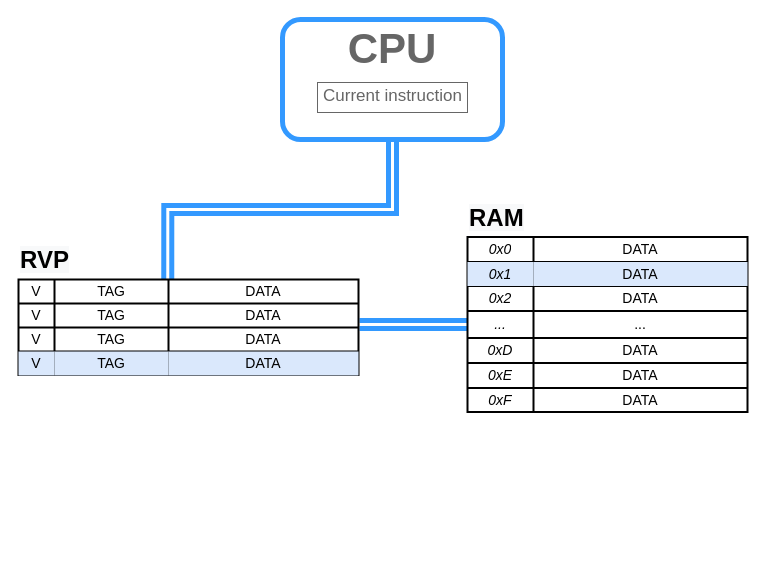
This is doc/models/full_rvp.drawio from mrazekv-students/bp22_cpu_perina, a draw.io file, before an edit. Source tidied: cells renumbered, new cells numbered last; positions are measured from the earlier drawing's top-left corner, leaving out a move shared by most shapes. Both pictures are drawn from the tidied source at 100%, with x=0, y=0 at pixel (18, 19).
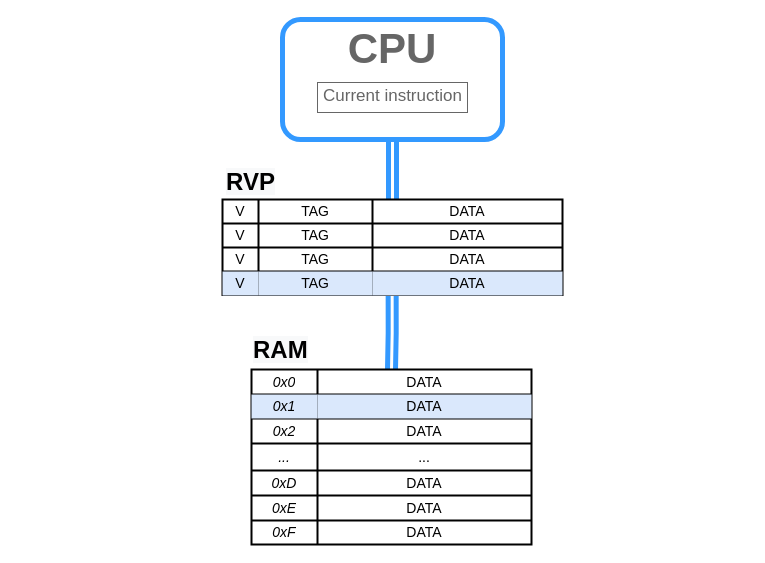
After the change.

Unchanged cells that the change refers to:
```xml
<mxCell id="3" style="rounded=1;whiteSpace=wrap;html=1;fontFamily=Helvetica;fontSize=38;fontColor=#4C0099;align=left;verticalAlign=middle;strokeWidth=5;strokeColor=#3399FF;" parent="1" vertex="1">
  <mxGeometry x="264" width="220" height="120" as="geometry" />
</mxCell>
<mxCell id="17" style="shape=partialRectangle;html=1;whiteSpace=wrap;fillColor=none;top=0;left=0;bottom=0;right=0;points=[[0,0.5],[1,0.5]];portConstraint=eastwest;fontSize=14;strokeColor=default;strokeWidth=2;" parent="7" vertex="1">
  <mxGeometry y="74" width="280" height="27" as="geometry" />
</mxCell>
<mxCell id="31" style="shape=partialRectangle;html=1;whiteSpace=wrap;fillColor=none;top=0;left=0;bottom=0;right=0;points=[[0,0.5],[1,0.5]];portConstraint=eastwest;fontSize=14;strokeColor=default;strokeWidth=2;" parent="30" vertex="1">
  <mxGeometry width="340" height="24" as="geometry" />
</mxCell>
<mxCell id="35" style="shape=partialRectangle;html=1;whiteSpace=wrap;fillColor=none;top=0;left=0;bottom=0;right=0;points=[[0,0.5],[1,0.5]];portConstraint=eastwest;fontSize=14;strokeColor=default;strokeWidth=2;" parent="30" vertex="1">
  <mxGeometry y="24" width="340" height="24" as="geometry" />
</mxCell>
<mxCell id="43" style="shape=partialRectangle;html=1;whiteSpace=wrap;fillColor=none;top=0;left=0;bottom=0;right=0;points=[[0,0.5],[1,0.5]];portConstraint=eastwest;fontSize=14;strokeColor=default;strokeWidth=2;" parent="30" vertex="1">
  <mxGeometry y="72" width="340" height="24" as="geometry" />
</mxCell>
```

Change to the diagram source:
```diff
@@
-    <mxCell id="2" style="edgeStyle=orthogonalEdgeStyle;shape=link;rounded=0;jettySize=auto;html=1;entryX=0.439;entryY=-0.021;entryDx=0;entryDy=0;entryPerimeter=0;fontSize=14;endArrow=none;endFill=0;strokeColor=#3399FF;strokeWidth=5;" parent="1" edge="1" source="3" target="31">
+    <mxCell id="2" style="edgeStyle=orthogonalEdgeStyle;shape=link;rounded=0;jettySize=auto;html=1;fontSize=14;endArrow=none;endFill=0;strokeColor=#3399FF;strokeWidth=5;entryX=0.5;entryY=0;entryDx=0;entryDy=0;" parent="1" edge="1" source="3" target="30">
       <mxGeometry relative="1" as="geometry" />
     </mxCell>
@@
-    <mxCell id="6" style="edgeStyle=orthogonalEdgeStyle;rounded=0;jettySize=auto;html=1;entryX=0;entryY=0.5;entryDx=0;entryDy=0;fontFamily=Helvetica;fontSize=38;fontColor=#000000;shape=link;strokeWidth=5;targetPerimeterSpacing=0;endSize=6;strokeColor=#3399FF;exitX=1.003;exitY=0.875;exitDx=0;exitDy=0;exitPerimeter=0;" parent="1" edge="1" source="35" target="17">
+    <mxCell id="6" style="edgeStyle=orthogonalEdgeStyle;rounded=0;jettySize=auto;html=1;fontFamily=Helvetica;fontSize=38;fontColor=#000000;shape=link;strokeWidth=5;targetPerimeterSpacing=0;endSize=6;strokeColor=#3399FF;entryX=0.5;entryY=0;entryDx=0;entryDy=0;exitX=0.499;exitY=1.01;exitDx=0;exitDy=0;exitPerimeter=0;" parent="1" edge="1" source="43" target="7">
       <mxGeometry relative="1" as="geometry" />
     </mxCell>
     <mxCell id="7" style="shape=table;html=1;whiteSpace=wrap;startSize=0;childLayout=tableLayout;fontSize=14;strokeColor=default;strokeWidth=2;fillColor=default;gradientColor=none;" parent="1" vertex="1">
-      <mxGeometry x="449" y="217.5" width="280" height="175" as="geometry" />
+      <mxGeometry x="233" y="350" width="280" height="175" as="geometry" />
     </mxCell>
@@
     <mxCell id="29" value="&lt;span style=&quot;color: rgb(0, 0, 0); font-family: helvetica; font-size: 24px; font-style: normal; font-weight: 700; letter-spacing: normal; text-align: center; text-indent: 0px; text-transform: none; word-spacing: 0px; background-color: rgb(248, 249, 250); display: inline; float: none;&quot;&gt;RAM&lt;/span&gt;" style="text;whiteSpace=wrap;html=1;fontSize=14;" parent="1" vertex="1">
-      <mxGeometry x="449" y="177.5" width="281" height="40" as="geometry" />
+      <mxGeometry x="233" y="310" width="281" height="40" as="geometry" />
     </mxCell>
     <mxCell id="30" style="shape=table;html=1;whiteSpace=wrap;startSize=0;childLayout=tableLayout;fontSize=14;strokeColor=default;strokeWidth=2;fillColor=none;gradientColor=none;" parent="1" vertex="1">
-      <mxGeometry y="260" width="340" height="95.5" as="geometry" />
+      <mxGeometry x="204" y="180" width="340" height="95.5" as="geometry" />
     </mxCell>
@@
     <mxCell id="47" value="&lt;span style=&quot;color: rgb(0 , 0 , 0) ; font-family: &amp;#34;helvetica&amp;#34; ; font-size: 24px ; font-style: normal ; font-weight: 700 ; letter-spacing: normal ; text-align: center ; text-indent: 0px ; text-transform: none ; word-spacing: 0px ; background-color: rgb(248 , 249 , 250) ; display: inline ; float: none&quot;&gt;RVP&lt;/span&gt;" style="text;whiteSpace=wrap;html=1;fontSize=14;" parent="1" vertex="1">
-      <mxGeometry y="220" width="330" height="38" as="geometry" />
+      <mxGeometry x="206" y="142" width="336" height="38" as="geometry" />
     </mxCell>
```
